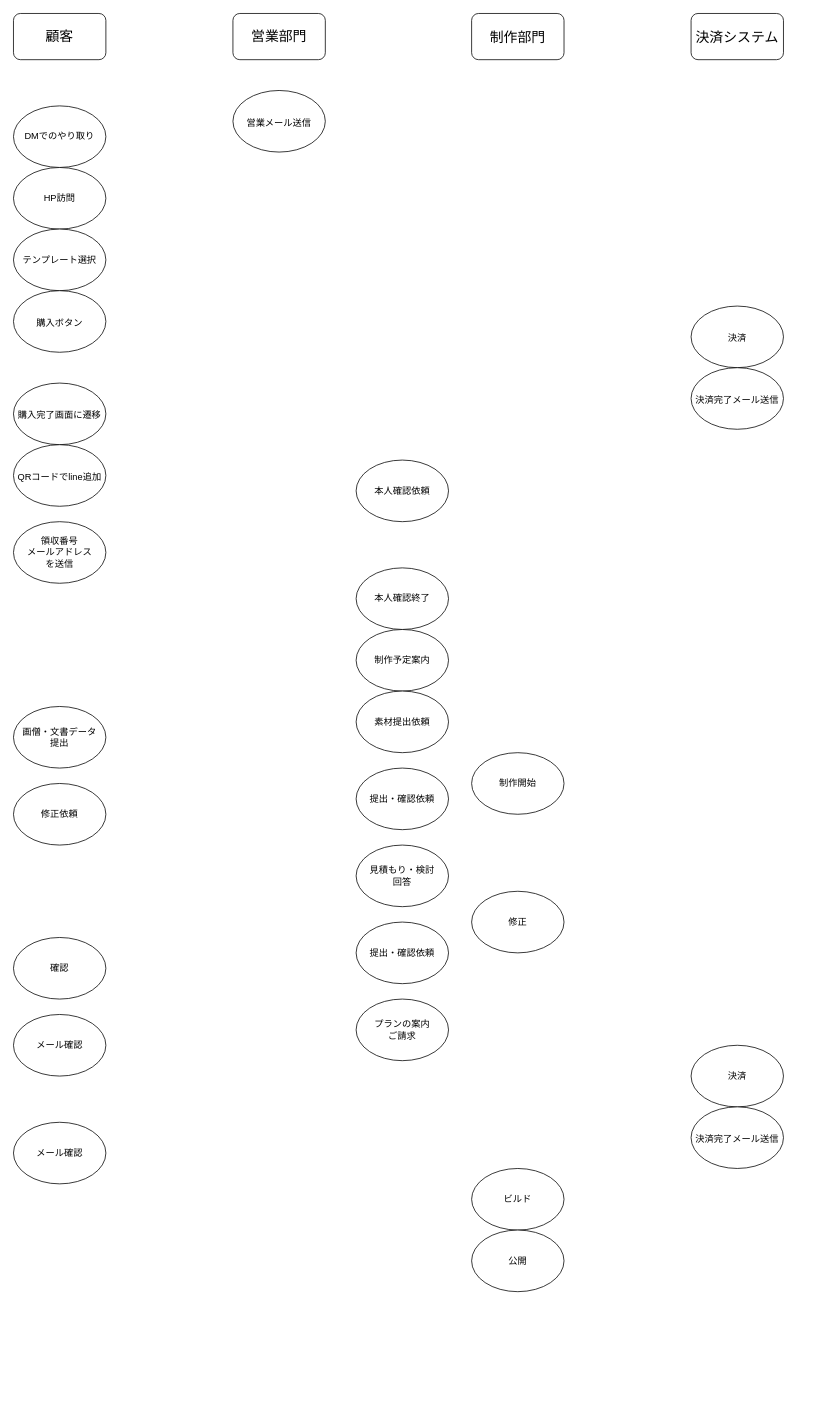
This is 詳細フローチャート.drawio from denkineko-v8/Tip-Of-the-Tongue, a draw.io file, before an edit. Source tidied: cells renumbered, new cells numbered last; positions are measured from the earlier drawing's top-left corner, leaving out a move shared by most shapes. Both pictures are drawn from the tidied source at 77%, with x=0, y=0 at pixel (13, 13).
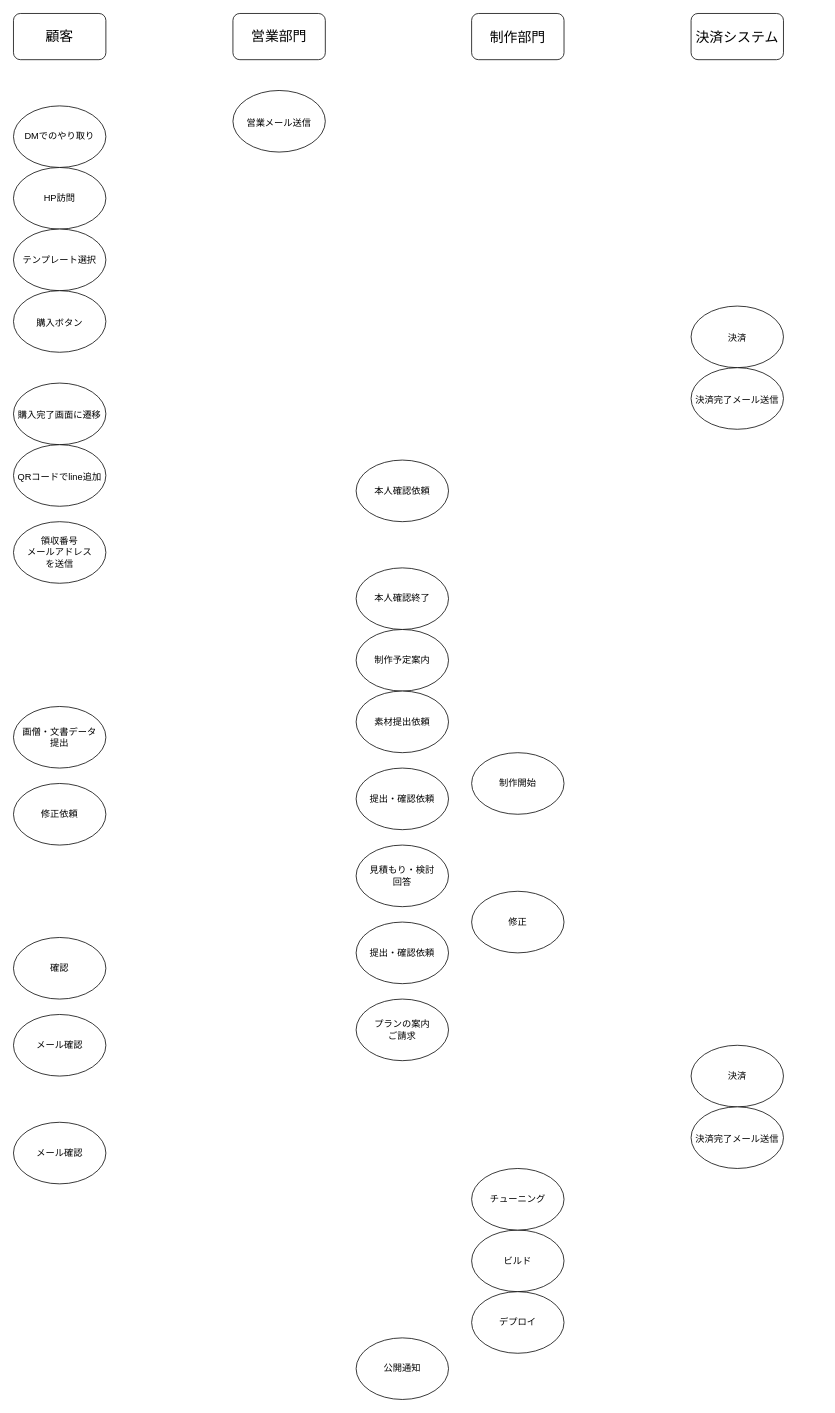
The same page after the edit.

Commit message:
詳細フローチャート.drawio を更新します

The edit, as a diff of the source:
```diff
@@
     <mxCell id="37" value="ビルド" style="ellipse;whiteSpace=wrap;html=1;fontSize=12;" parent="1" vertex="1">
-      <mxGeometry x="595" y="1500" width="120" height="80" as="geometry" />
+      <mxGeometry x="595" y="1580" width="120" height="80" as="geometry" />
     </mxCell>
-    <mxCell id="38" value="公開" style="ellipse;whiteSpace=wrap;html=1;fontSize=12;" parent="1" vertex="1">
-      <mxGeometry x="595" y="1580" width="120" height="80" as="geometry" />
+    <mxCell id="38" value="デプロイ" style="ellipse;whiteSpace=wrap;html=1;fontSize=12;" parent="1" vertex="1">
+      <mxGeometry x="595" y="1660" width="120" height="80" as="geometry" />
     </mxCell>
+    <mxCell id="39" value="チューニング" style="ellipse;whiteSpace=wrap;html=1;fontSize=12;" parent="1" vertex="1">
+      <mxGeometry x="595" y="1500" width="120" height="80" as="geometry" />
+    </mxCell>
+    <mxCell id="40" value="公開通知" style="ellipse;whiteSpace=wrap;html=1;fontSize=12;" parent="1" vertex="1">
+      <mxGeometry x="445" y="1720" width="120" height="80" as="geometry" />
+    </mxCell>
```
